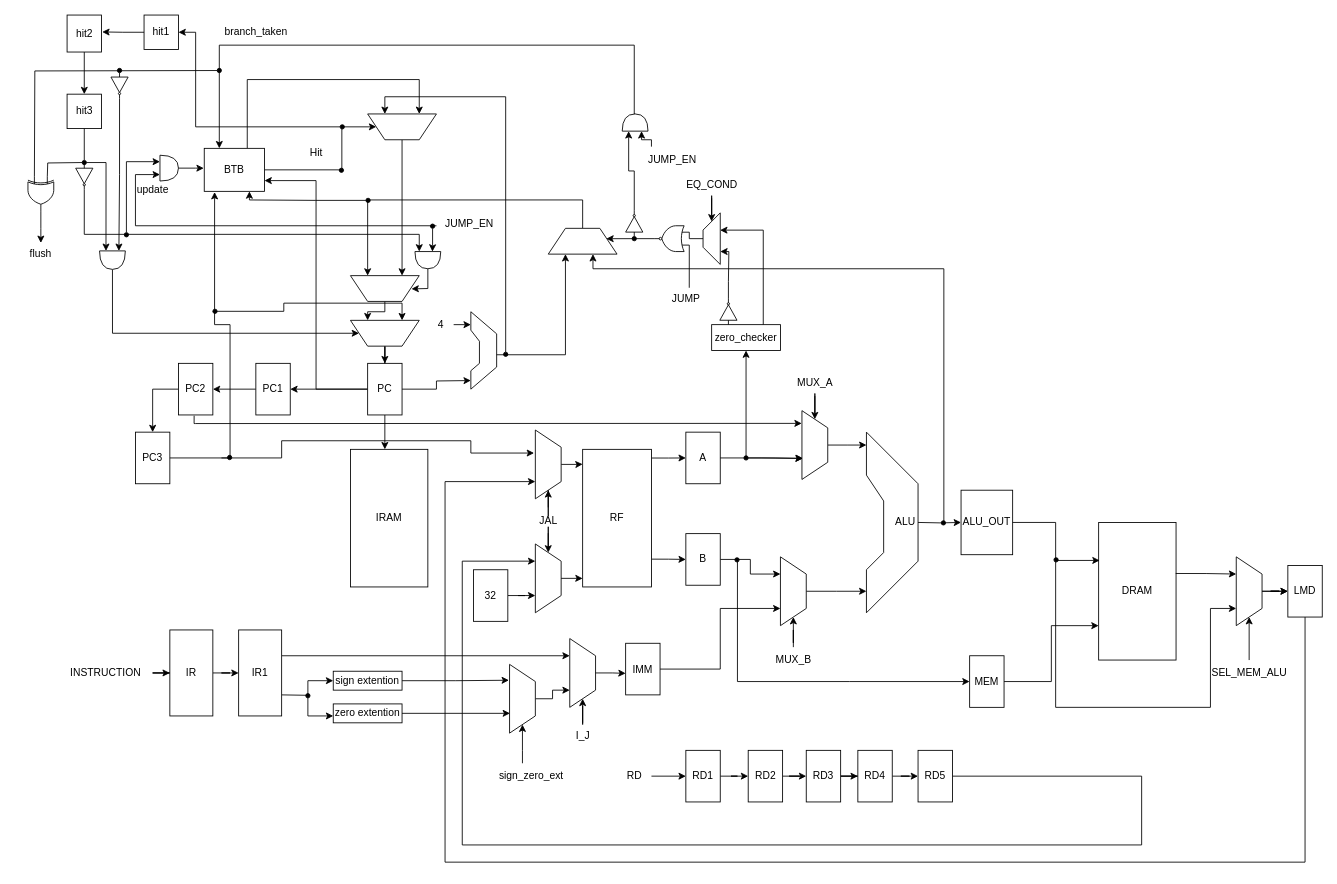
Above: dlx.drawio in Luca-002/dlx (draw.io), before the change. Source tidied: cells renumbered, new cells numbered last; positions are measured from the earlier drawing's top-left corner, leaving out a move shared by most shapes. Both pictures are drawn from the tidied source at 86%, with x=0, y=0 at pixel (15, 15).
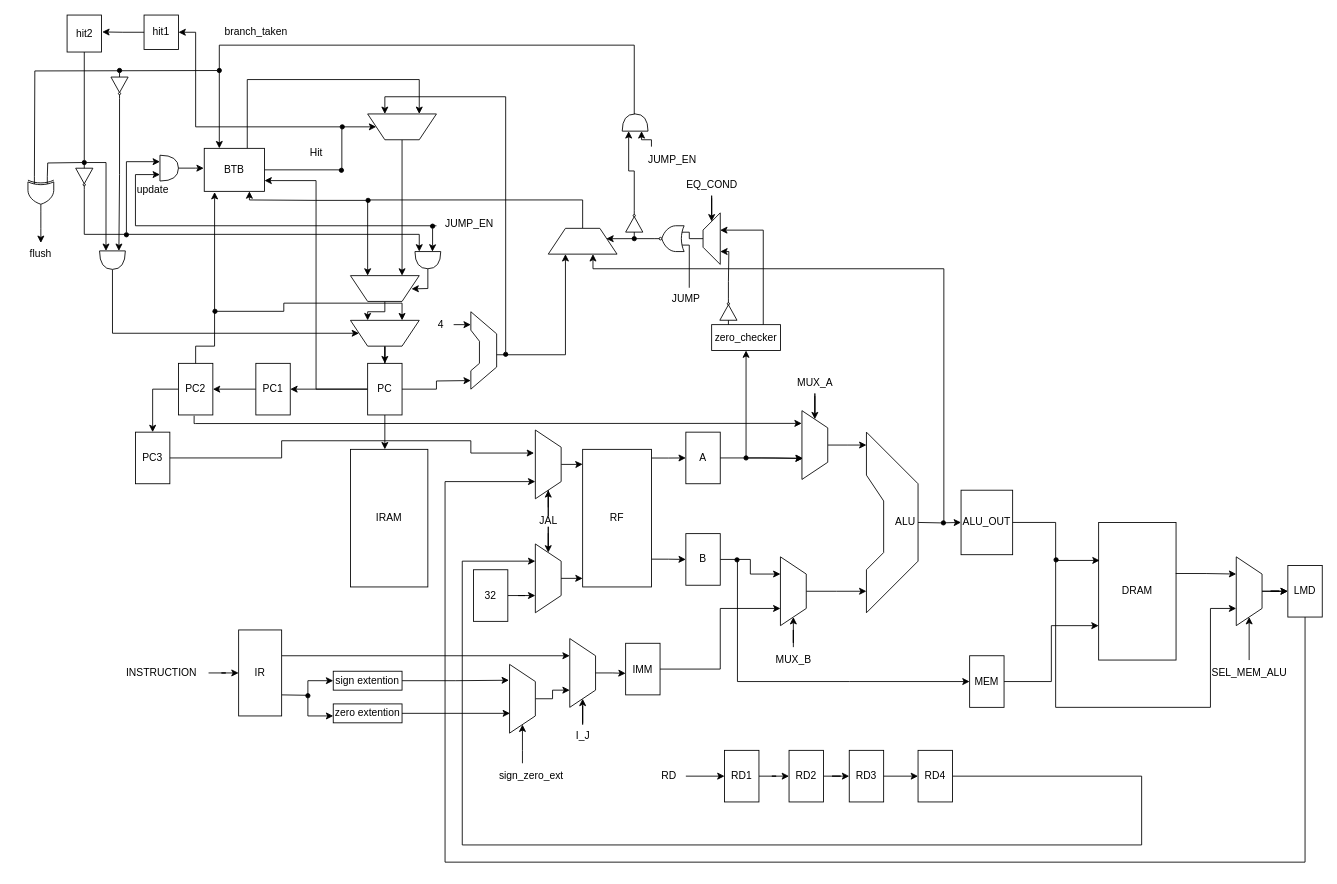
The same page after the edit.

Unchanged cells that the change refers to:
```xml
<mxCell id="104" value="&lt;div&gt;BTB&lt;/div&gt;" style="whiteSpace=wrap;html=1;" parent="1" vertex="1">
  <mxGeometry x="220" y="155" width="70" height="50" as="geometry" />
</mxCell>
<mxCell id="112" value="PC2" style="whiteSpace=wrap;html=1;" parent="1" vertex="1">
  <mxGeometry x="190" y="405" width="40" height="60" as="geometry" />
</mxCell>
<mxCell id="123" value="hit2" style="whiteSpace=wrap;html=1;" parent="1" vertex="1">
  <mxGeometry x="60.5" width="40" height="43" as="geometry" />
</mxCell>
<mxCell id="163" style="ellipse;whiteSpace=wrap;html=1;fillColor=#000000;" parent="1" vertex="1">
  <mxGeometry x="78" y="169" width="5" height="5" as="geometry" />
</mxCell>
```

Change to the diagram source:
```diff
@@
     <mxCell id="43" value="RD1" style="whiteSpace=wrap;html=1;" parent="1" vertex="1">
-      <mxGeometry x="780" y="855" width="40" height="60" as="geometry" />
+      <mxGeometry x="825" y="855" width="40" height="60" as="geometry" />
     </mxCell>
@@
     <mxCell id="45" value="RD" style="text;html=1;align=center;verticalAlign=middle;points=[];strokeColor=none;fillColor=none;" parent="1" vertex="1">
-      <mxGeometry x="700" y="870" width="40" height="30" as="geometry" />
+      <mxGeometry x="740" y="870" width="40" height="30" as="geometry" />
     </mxCell>
@@
     <mxCell id="47" value="RD2" style="whiteSpace=wrap;html=1;" parent="1" vertex="1">
-      <mxGeometry x="852.5" y="855" width="40" height="60" as="geometry" />
+      <mxGeometry x="900" y="855" width="40" height="60" as="geometry" />
     </mxCell>
-    <mxCell id="48" style="edgeStyle=orthogonalEdgeStyle;rounded=0;jettySize=auto;html=1;entryX=0;entryY=0.5;entryDx=0;entryDy=0;" parent="1" edge="1" source="49" target="186">
-      <mxGeometry relative="1" as="geometry" />
-    </mxCell>
     <mxCell id="49" value="RD3" style="whiteSpace=wrap;html=1;" parent="1" vertex="1">
-      <mxGeometry x="920" y="855" width="40" height="60" as="geometry" />
+      <mxGeometry x="970" y="855" width="40" height="60" as="geometry" />
     </mxCell>
@@
-    <mxCell id="85" style="edgeStyle=orthogonalEdgeStyle;rounded=0;jettySize=auto;html=1;entryX=0;entryY=0.5;entryDx=0;entryDy=0;" parent="1" edge="1" source="86" target="177">
-      <mxGeometry relative="1" as="geometry" />
-    </mxCell>
     <mxCell id="86" value="&lt;div&gt;IR&lt;/div&gt;" style="whiteSpace=wrap;html=1;" parent="1" vertex="1">
-      <mxGeometry x="180" y="715" width="50" height="100" as="geometry" />
+      <mxGeometry x="260" y="715" width="50" height="100" as="geometry" />
     </mxCell>
@@
     <mxCell id="88" value="INSTRUCTION" style="text;html=1;align=center;verticalAlign=middle;points=[];strokeColor=none;fillColor=none;" parent="1" vertex="1">
-      <mxGeometry x="50" y="750" width="110" height="30" as="geometry" />
+      <mxGeometry x="115" y="750" width="110" height="30" as="geometry" />
     </mxCell>
@@
-    <mxCell id="113" style="edgeStyle=orthogonalEdgeStyle;rounded=0;jettySize=auto;html=1;entryX=0.172;entryY=1.016;entryDx=0;entryDy=0;entryPerimeter=0;" parent="1" edge="1" target="104">
+    <mxCell id="113" style="edgeStyle=orthogonalEdgeStyle;rounded=0;jettySize=auto;html=1;entryX=0.172;entryY=1.016;entryDx=0;entryDy=0;entryPerimeter=0;exitX=0.5;exitY=0;exitDx=0;exitDy=0;" parent="1" edge="1" source="112" target="104">
       <mxGeometry relative="1" as="geometry">
-        <mxPoint x="240" y="515" as="sourcePoint" />
         <Array as="points">
-          <mxPoint x="250" y="515" />
-          <mxPoint x="250" y="360" />
-          <mxPoint x="232" y="360" />
+          <mxPoint x="210" y="385" />
+          <mxPoint x="232" y="385" />
         </Array>
       </mxGeometry>
     </mxCell>
@@
-    <mxCell id="122" style="edgeStyle=orthogonalEdgeStyle;rounded=0;jettySize=auto;html=1;entryX=0.5;entryY=0;entryDx=0;entryDy=0;" parent="1" edge="1" source="123" target="179">
-      <mxGeometry relative="1" as="geometry" />
-    </mxCell>
@@
-    <mxCell id="177" value="&lt;div&gt;IR1&lt;/div&gt;" style="whiteSpace=wrap;html=1;" parent="1" vertex="1">
-      <mxGeometry x="260" y="715" width="50" height="100" as="geometry" />
-    </mxCell>
-    <mxCell id="178" style="ellipse;whiteSpace=wrap;html=1;fillColor=#000000;" parent="1" vertex="1">
-      <mxGeometry x="247" y="512" width="5" height="5" as="geometry" />
-    </mxCell>
-    <mxCell id="179" value="hit3" style="whiteSpace=wrap;html=1;" parent="1" vertex="1">
-      <mxGeometry x="60.5" y="92" width="40" height="40" as="geometry" />
-    </mxCell>
@@
-    <mxCell id="185" style="edgeStyle=orthogonalEdgeStyle;rounded=0;jettySize=auto;html=1;entryX=0;entryY=0.5;entryDx=0;entryDy=0;" parent="1" edge="1" source="186" target="187">
+    <mxCell id="185" style="edgeStyle=orthogonalEdgeStyle;rounded=0;jettySize=auto;html=1;entryX=0;entryY=0.5;entryDx=0;entryDy=0;exitX=1;exitY=0.5;exitDx=0;exitDy=0;" parent="1" edge="1" source="49" target="187">
       <mxGeometry relative="1" as="geometry" />
     </mxCell>
-    <mxCell id="186" value="RD4" style="whiteSpace=wrap;html=1;" parent="1" vertex="1">
-      <mxGeometry x="980" y="855" width="40" height="60" as="geometry" />
-    </mxCell>
-    <mxCell id="187" value="RD5" style="whiteSpace=wrap;html=1;" parent="1" vertex="1">
+    <mxCell id="187" value="RD4" style="whiteSpace=wrap;html=1;" parent="1" vertex="1">
       <mxGeometry x="1050" y="855" width="40" height="60" as="geometry" />
     </mxCell>
-    <mxCell id="188" style="endArrow=none;html=1;rounded=0;entryX=0.5;entryY=1;entryDx=0;entryDy=0;exitX=0.5;exitY=0;exitDx=0;exitDy=0;" parent="1" edge="1" source="163" target="179">
+    <mxCell id="188" style="endArrow=none;html=1;rounded=0;entryX=0.5;entryY=1;entryDx=0;entryDy=0;exitX=0.5;exitY=0;exitDx=0;exitDy=0;" parent="1" edge="1" source="163" target="123">
       <mxGeometry relative="1" as="geometry" />
     </mxCell>
```
